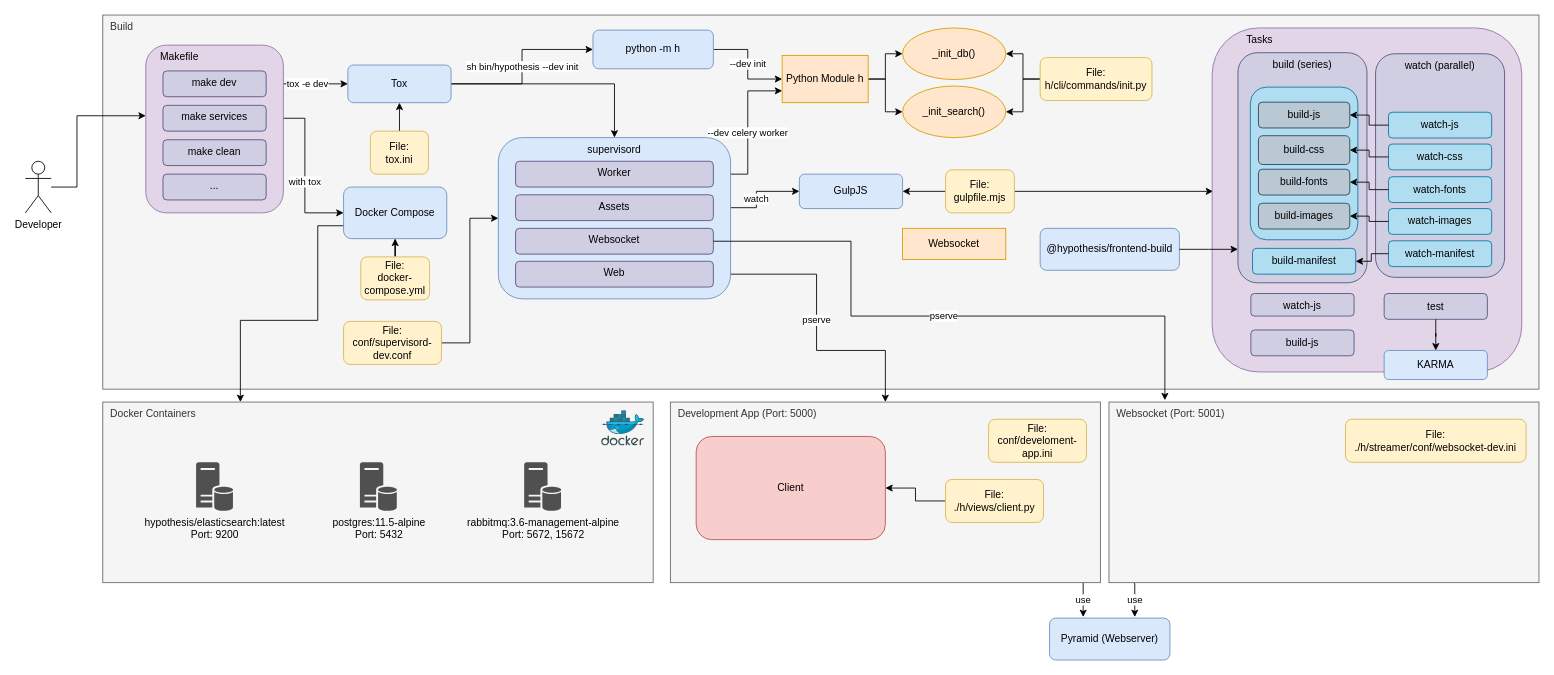
This is page "Hypothesis Server" (3 of 3) of content-server/docs/architecture.drawio from UKPLab/CARE, a draw.io file, before an edit. Source tidied: cells renumbered, new cells numbered last; positions are measured from the earlier drawing's top-left corner, leaving out a move shared by most shapes. Both pictures are drawn from the tidied source at 86%, with x=0, y=0 at pixel (25, 15).
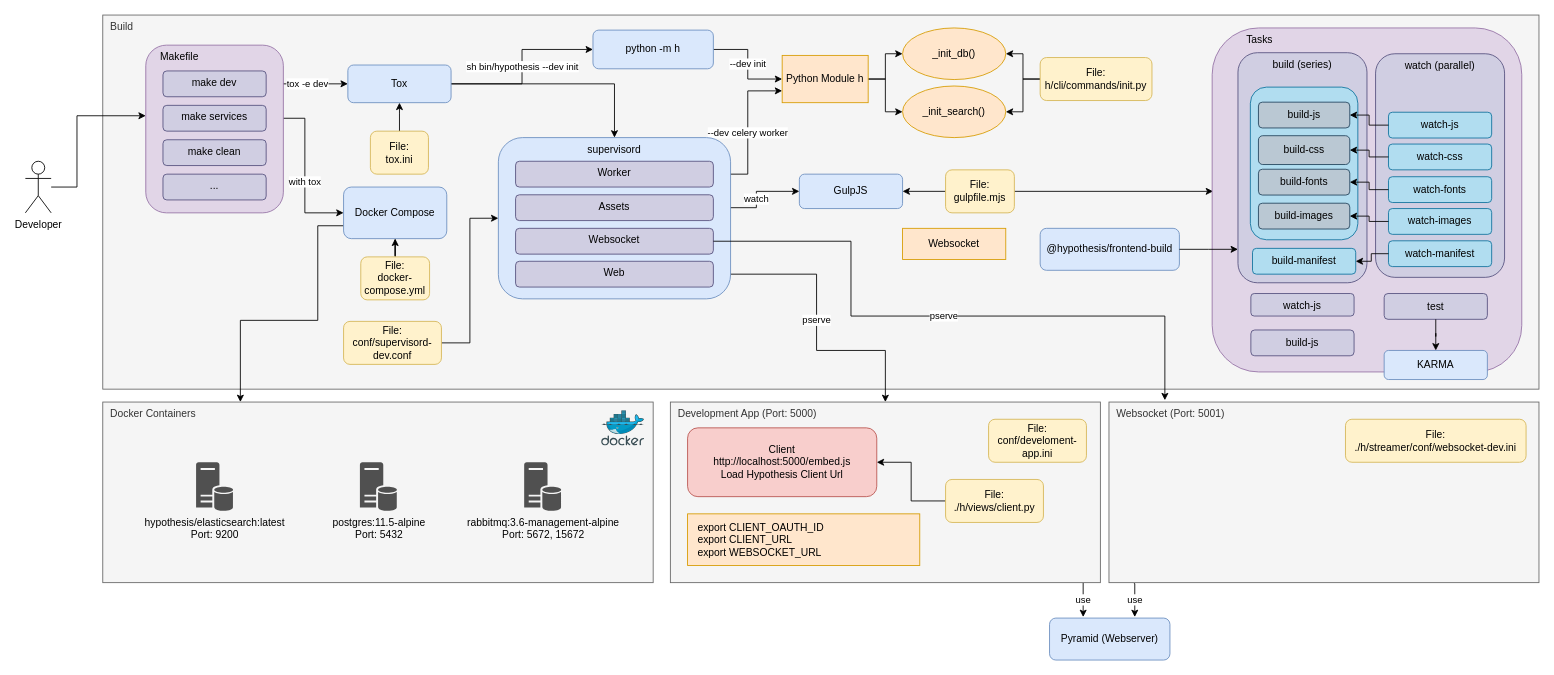
The same diagram, later.

What changed in the source:
```diff
@@
-    <mxCell id="90" value="Client" style="rounded=1;whiteSpace=wrap;html=1;fillColor=#f8cecc;strokeColor=#b85450;" parent="1" vertex="1">
-      <mxGeometry x="780" y="490" width="220" height="120" as="geometry" />
+    <mxCell id="90" value="Client &lt;br&gt;http://localhost:5000/embed.js&lt;br&gt;Load Hypothesis Client Url" style="rounded=1;whiteSpace=wrap;html=1;fillColor=#f8cecc;strokeColor=#b85450;" parent="1" vertex="1">
+      <mxGeometry x="770" y="480" width="220" height="80" as="geometry" />
     </mxCell>
@@
+    <mxCell id="95" value="export CLIENT_OAUTH_ID&lt;br&gt;export CLIENT_URL&lt;br&gt;export WEBSOCKET_URL" style="rounded=0;whiteSpace=wrap;html=1;align=left;spacingLeft=10;fillColor=#ffe6cc;strokeColor=#d79b00;" parent="1" vertex="1">
+      <mxGeometry x="770" y="580" width="270" height="60" as="geometry" />
+    </mxCell>
```
